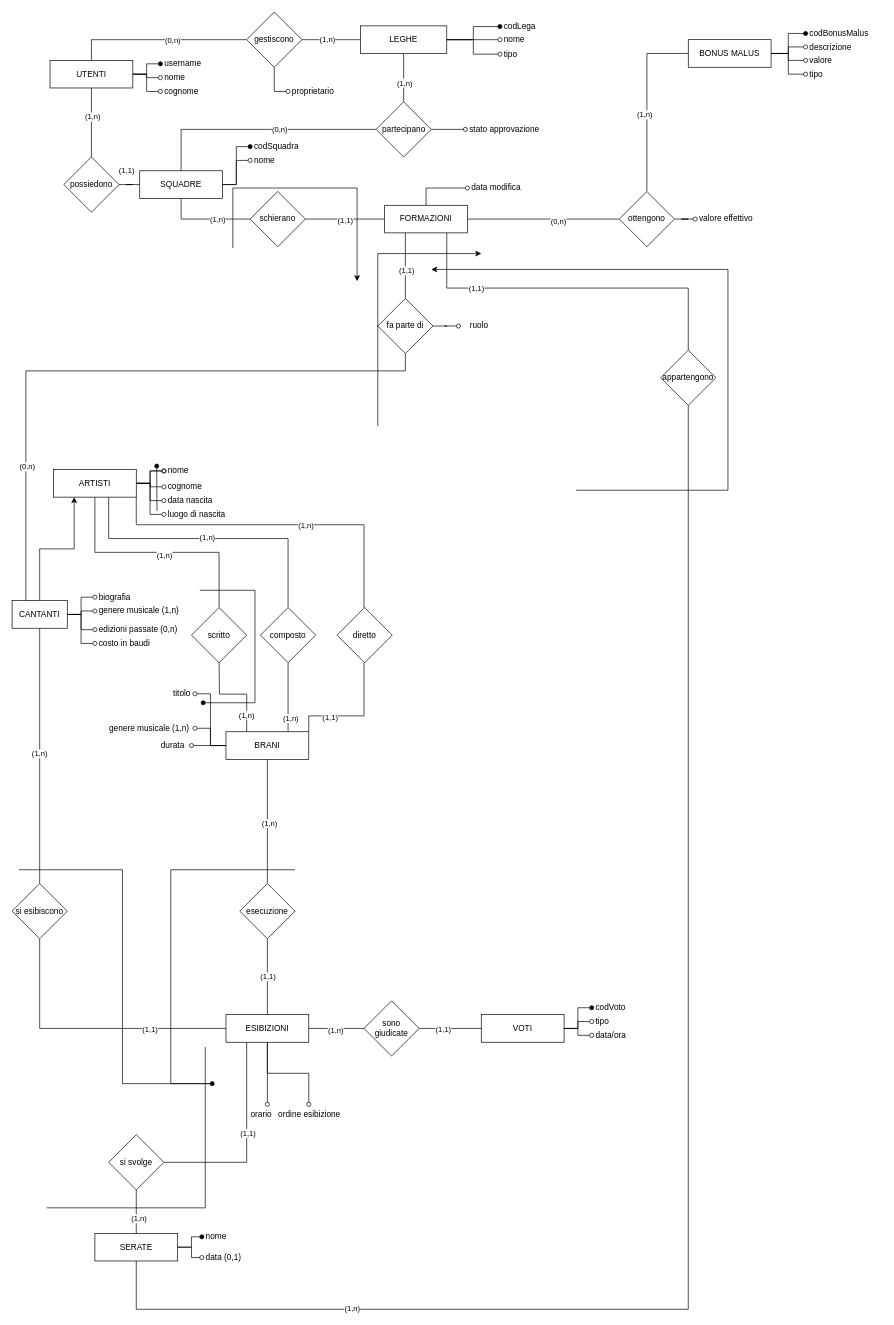
Above: page "festival_sanremo_v2" (1 of 2) of progetto_esame/fantasanremo.drawio in RaphyJake/Basi-di-dati (draw.io), before the change. Source tidied: cells renumbered, new cells numbered last; positions are measured from the earlier drawing's top-left corner, leaving out a move shared by most shapes. Both pictures are drawn from the tidied source at 69%, with x=0, y=0 at pixel (12, 12).
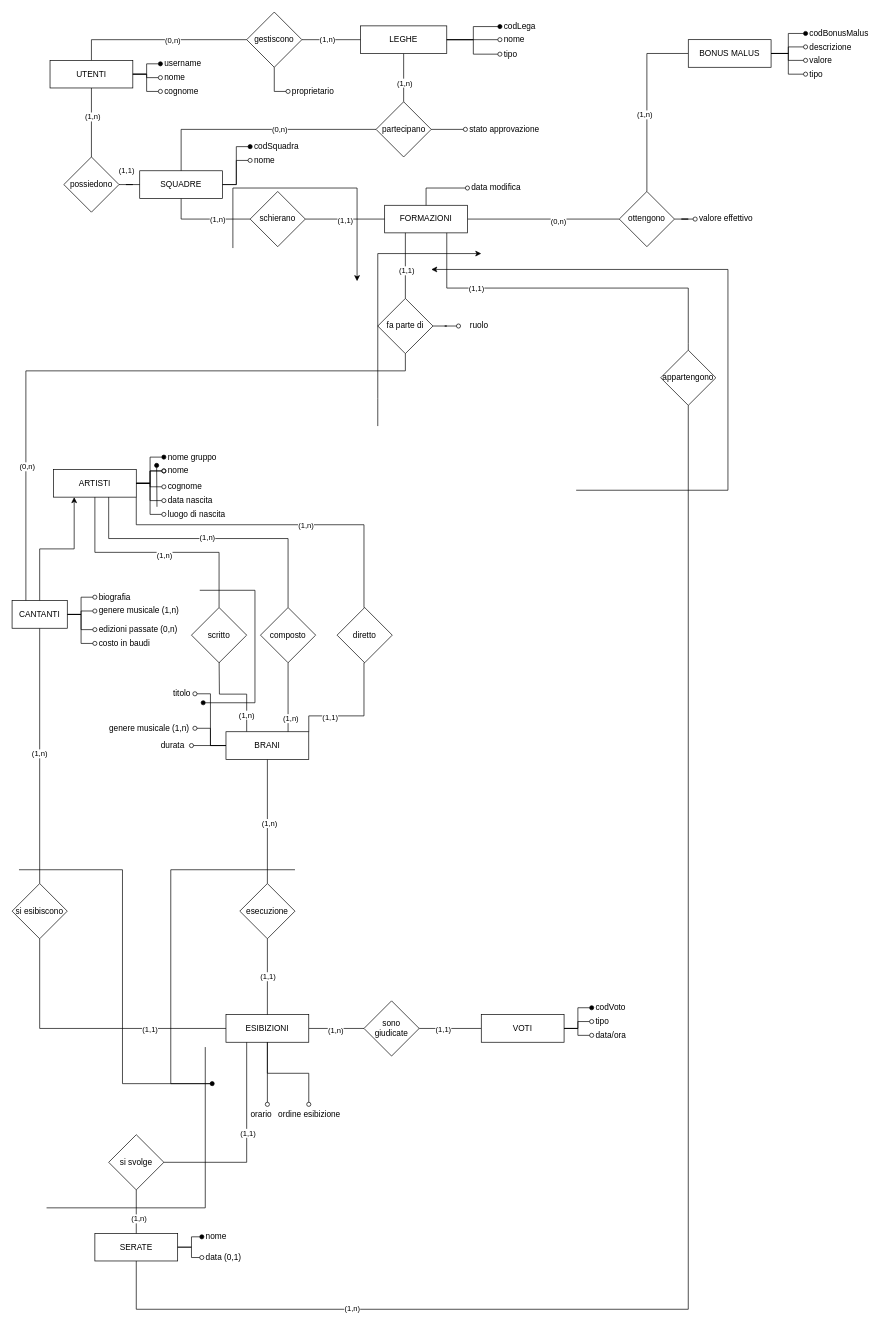
After the change.

Commit message (it also covers changes not shown here):
revisione ulteriore

Unchanged cells that the change refers to:
```xml
<mxCell id="2" value="ARTISTI" style="rounded=0;whiteSpace=wrap;html=1;" parent="1" vertex="1">
  <mxGeometry x="60" y="663" width="120" height="40" as="geometry" />
</mxCell>
```

The edit, as a diff of the source:
```diff
@@
     <mxCell id="38" style="endArrow=oval;html=1;rounded=0;endFill=1;" parent="1" edge="1">
       <mxGeometry relative="1" as="geometry">
-        <mxPoint x="210" y="723" as="sourcePoint" />
-        <mxPoint x="209.6" y="658" as="targetPoint" />
+        <mxPoint x="210" y="717" as="sourcePoint" />
+        <mxPoint x="209.5" y="657" as="targetPoint" />
       </mxGeometry>
     </mxCell>
@@
+    <mxCell id="163" style="edgeStyle=orthogonalEdgeStyle;rounded=0;jettySize=auto;html=1;exitX=1;exitY=0.5;exitDx=0;exitDy=0;endArrow=oval;endFill=1;entryX=0;entryY=0.5;entryDx=0;entryDy=0;" parent="1" edge="1" source="2" target="164">
+      <mxGeometry relative="1" as="geometry" />
+    </mxCell>
+    <mxCell id="164" value="nome gruppo" style="text;html=1;align=left;verticalAlign=middle;whiteSpace=wrap;rounded=0;spacingLeft=4;" parent="1" vertex="1">
+      <mxGeometry x="220" y="630" width="80" height="30" as="geometry" />
+    </mxCell>
```
